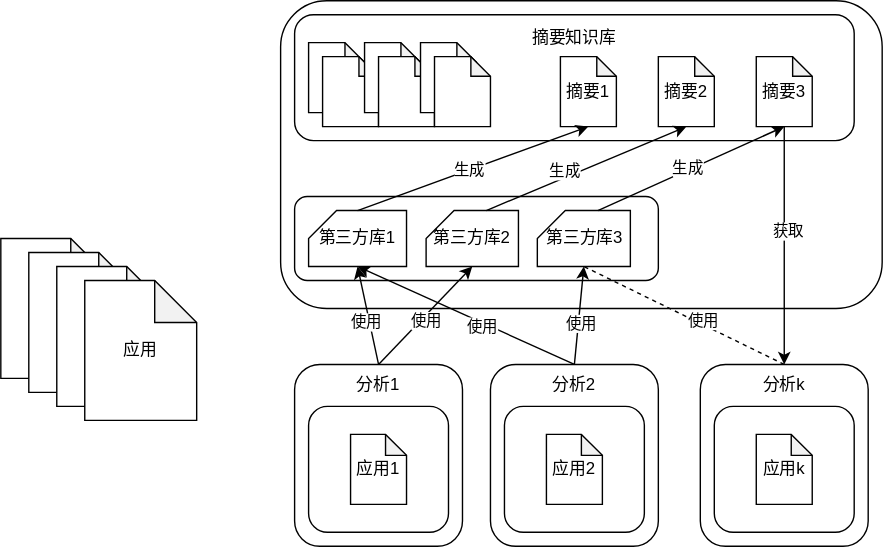
Parzival017/MyDraws keeps this draw.io diagram as 毕业实际.drawio.svg. Above is the earlier version. Source tidied: cells renumbered, new cells last; positions are measured from the earlier drawing's top-left corner, leaving out a move shared by most shapes.
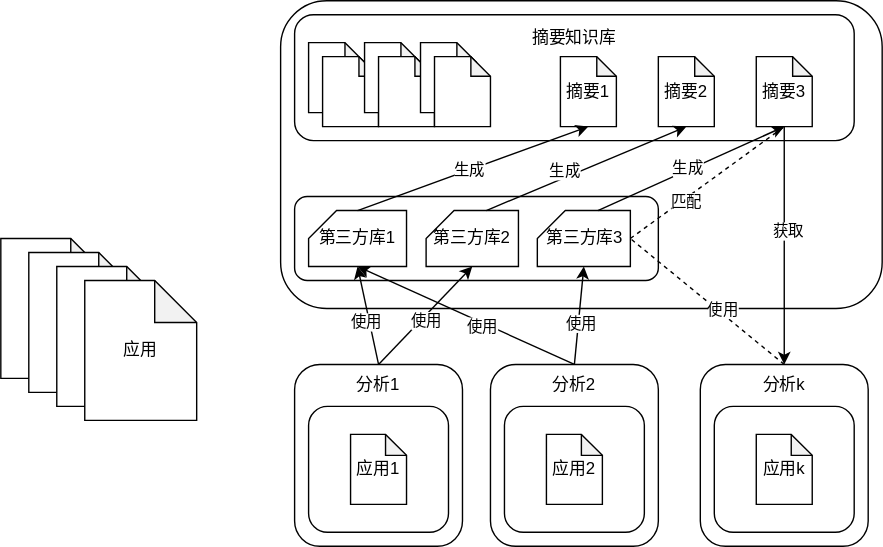
The same diagram one commit later.

Commit message:
已添加 毕业实际.drawio.svg

The edit, as a diff of the source:
```diff
@@ -130,7 +130,7 @@
     <mxCell id="43" value="生成" style="edgeLabel;html=1;align=center;verticalAlign=middle;" parent="42" vertex="1">
       <mxGeometry x="-0.03" y="2" relative="1" as="geometry" />
     </mxCell>
-    <mxCell id="44" style="endArrow=none;dashed=1;html=1;rounded=0;exitX=0.5;exitY=0;exitDx=0;exitDy=0;entryX=0.5;entryY=1;entryDx=0;entryDy=0;entryPerimeter=0;" parent="1" edge="1" source="17" target="13">
+    <mxCell id="44" style="endArrow=none;dashed=1;html=1;rounded=0;exitX=0.5;exitY=0;exitDx=0;exitDy=0;entryX=1;entryY=0.5;entryDx=0;entryDy=0;entryPerimeter=0;" parent="1" edge="1" source="17" target="13">
       <mxGeometry relative="1" as="geometry" />
     </mxCell>
     <mxCell id="45" value="使用" style="edgeLabel;html=1;align=center;verticalAlign=middle;" parent="44" vertex="1">
@@ -146,5 +146,11 @@
     <mxCell id="47" value="获取" style="edgeLabel;html=1;align=center;verticalAlign=middle;" parent="46" vertex="1">
       <mxGeometry x="-0.13" y="2" relative="1" as="geometry" />
     </mxCell>
+    <mxCell id="48" style="endArrow=none;dashed=1;html=1;rounded=0;exitX=1;exitY=0.5;exitDx=0;exitDy=0;exitPerimeter=0;entryX=0.5;entryY=1;entryDx=0;entryDy=0;entryPerimeter=0;" parent="1" edge="1" source="13" target="37">
+      <mxGeometry relative="1" as="geometry" />
+    </mxCell>
+    <mxCell id="49" value="匹配" style="edgeLabel;html=1;align=center;verticalAlign=middle;" parent="48" vertex="1">
+      <mxGeometry x="-0.31" y="-2" relative="1" as="geometry" />
+    </mxCell>
   </root>
 </mxGraphModel>
```
